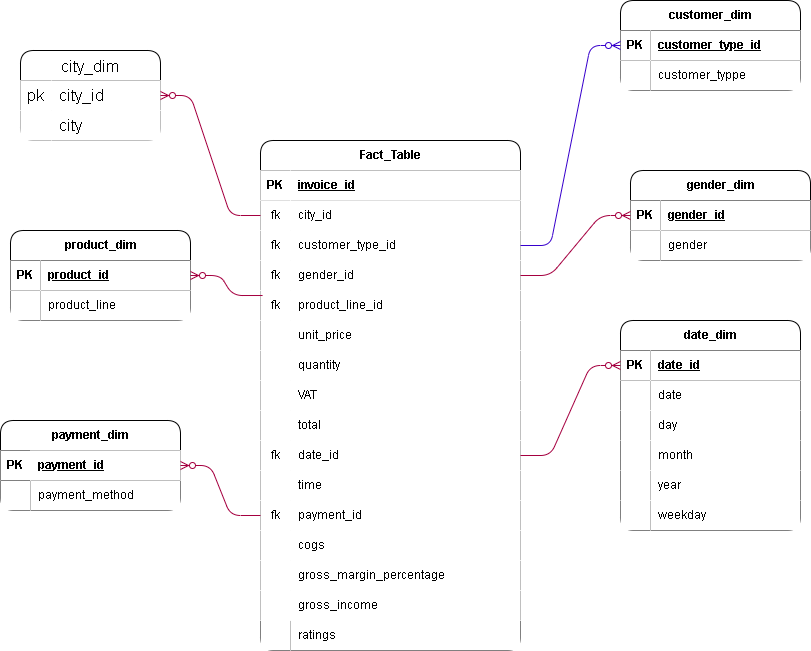
Above: WalmartModel.drawio.png in kayikalvin/Walmart-DataAnalysis (draw.io), before the change. Source tidied: cells renumbered, new cells last; positions are measured from the earlier drawing's top-left corner, leaving out a move shared by most shapes.
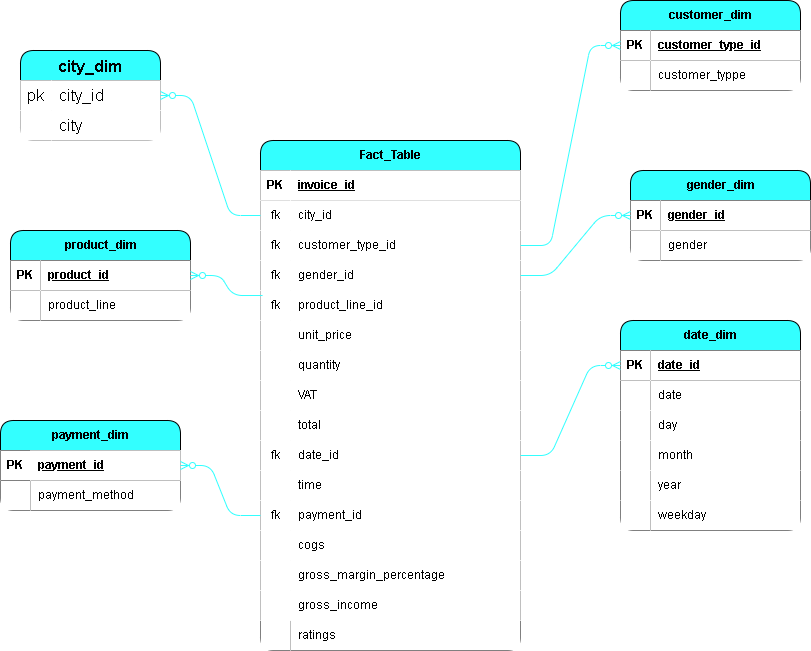
The same diagram one commit later.

What changed in the source:
```diff
@@ -2,7 +2,7 @@
   <root>
     <mxCell id="0" />
     <mxCell id="1" parent="0" />
-    <mxCell id="2" value="Fact_Table" style="shape=table;startSize=30;rowLines=0;fontStyle=1;align=center;html=1;labelBackgroundColor=none;rounded=1;" parent="1" vertex="1">
+    <mxCell id="2" value="Fact_Table" style="shape=table;startSize=30;rowLines=0;fontStyle=1;align=center;html=1;labelBackgroundColor=none;rounded=1;fillColor=#33FFFF;" parent="1" vertex="1">
       <mxGeometry x="260" y="140" width="260" height="510" as="geometry" />
     </mxCell>
     <mxCell id="3" style="shape=tableRow;horizontal=0;startSize=0;swimlaneHead=0;swimlaneBody=0;top=0;left=0;right=0;bottom=1;shadow=0;labelBackgroundColor=none;rounded=1;" parent="2" vertex="1">
@@ -149,7 +149,7 @@
     <mxCell id="50" value="ratings" style="shape=partialRectangle;top=0;left=0;bottom=0;right=0;align=left;spacingLeft=6;overflow=hidden;whiteSpace=wrap;html=1;labelBackgroundColor=none;rounded=1;" parent="48" vertex="1">
       <mxGeometry x="30" width="230" height="30" as="geometry" />
     </mxCell>
-    <mxCell id="51" value="city_dim" style="shape=table;startSize=30;rowLines=0;fontStyle=0;fontSize=16;shadow=0;labelBackgroundColor=none;rounded=1;" parent="1" vertex="1">
+    <mxCell id="51" value="city_dim" style="shape=table;startSize=30;rowLines=0;fontStyle=1;fontSize=16;shadow=0;labelBackgroundColor=none;rounded=1;fillColor=#33FFFF;" parent="1" vertex="1">
       <mxGeometry x="20" y="50" width="140" height="90" as="geometry" />
     </mxCell>
     <mxCell id="52" style="shape=tableRow;horizontal=0;startSize=0;swimlaneHead=0;swimlaneBody=0;top=0;left=0;bottom=0;right=0;points=[[0,0.5],[1,0.5]];portConstraint=eastwest;fontSize=16;shadow=0;labelBackgroundColor=none;rounded=1;" parent="51" vertex="1">
@@ -170,10 +170,10 @@
     <mxCell id="57" value="city" style="shape=partialRectangle;html=1;whiteSpace=wrap;top=0;left=0;bottom=0;right=0;align=left;spacingLeft=6;overflow=hidden;fontSize=16;shadow=0;labelBackgroundColor=none;rounded=1;" parent="55" vertex="1">
       <mxGeometry x="31" width="109" height="30" as="geometry" />
     </mxCell>
-    <mxCell id="58" style="edgeStyle=entityRelationEdgeStyle;fontSize=12;html=1;endArrow=ERzeroToMany;endFill=1;rounded=1;shadow=0;labelBackgroundColor=none;fontColor=default;fillColor=#d80073;strokeColor=#A50040;" parent="1" edge="1" source="6" target="52">
+    <mxCell id="58" style="edgeStyle=entityRelationEdgeStyle;fontSize=12;html=1;endArrow=ERzeroToMany;endFill=1;rounded=1;shadow=0;labelBackgroundColor=none;fontColor=default;fillColor=#0050ef;strokeColor=#33FFFF;" parent="1" edge="1" source="6" target="52">
       <mxGeometry relative="1" as="geometry" />
     </mxCell>
-    <mxCell id="59" value="customer_dim" style="shape=table;startSize=30;rowLines=0;fontStyle=1;align=center;html=1;labelBackgroundColor=none;rounded=1;" parent="1" vertex="1">
+    <mxCell id="59" value="customer_dim" style="shape=table;startSize=30;rowLines=0;fontStyle=1;align=center;html=1;labelBackgroundColor=none;rounded=1;fillColor=#33FFFF;" parent="1" vertex="1">
       <mxGeometry x="620" width="180" height="90" as="geometry" />
     </mxCell>
     <mxCell id="60" style="shape=tableRow;horizontal=0;startSize=0;swimlaneHead=0;swimlaneBody=0;fillColor=none;points=[[0,0.5],[1,0.5]];portConstraint=eastwest;top=0;left=0;right=0;bottom=1;labelBackgroundColor=none;rounded=1;" parent="59" vertex="1">
@@ -194,10 +194,10 @@
     <mxCell id="65" value="customer_typpe" style="shape=partialRectangle;top=0;left=0;bottom=0;right=0;align=left;spacingLeft=6;overflow=hidden;whiteSpace=wrap;html=1;labelBackgroundColor=none;rounded=1;" parent="63" vertex="1">
       <mxGeometry x="30" width="150" height="30" as="geometry" />
     </mxCell>
-    <mxCell id="66" style="edgeStyle=entityRelationEdgeStyle;fontSize=12;html=1;endArrow=ERzeroToMany;endFill=1;rounded=1;shadow=0;labelBackgroundColor=none;fontColor=default;fillColor=#6a00ff;strokeColor=#3700CC;" parent="1" edge="1" source="9" target="60">
+    <mxCell id="66" style="edgeStyle=entityRelationEdgeStyle;fontSize=12;html=1;endArrow=ERzeroToMany;endFill=1;rounded=1;shadow=0;labelBackgroundColor=none;fontColor=default;fillColor=#6a00ff;strokeColor=#33FFFF;" parent="1" edge="1" source="9" target="60">
       <mxGeometry relative="1" as="geometry" />
     </mxCell>
-    <mxCell id="67" value="gender_dim" style="shape=table;startSize=30;rowLines=0;fontStyle=1;align=center;html=1;labelBackgroundColor=none;rounded=1;fillStyle=auto;" parent="1" vertex="1">
+    <mxCell id="67" value="gender_dim" style="shape=table;startSize=30;rowLines=0;fontStyle=1;align=center;html=1;labelBackgroundColor=none;rounded=1;fillStyle=auto;fillColor=#33FFFF;" parent="1" vertex="1">
       <mxGeometry x="630" y="170" width="180" height="90" as="geometry" />
     </mxCell>
     <mxCell id="68" style="shape=tableRow;horizontal=0;startSize=0;swimlaneHead=0;swimlaneBody=0;fillColor=none;points=[[0,0.5],[1,0.5]];portConstraint=eastwest;top=0;left=0;right=0;bottom=1;labelBackgroundColor=none;rounded=1;" parent="67" vertex="1">
@@ -218,10 +218,10 @@
     <mxCell id="73" value="gender" style="shape=partialRectangle;top=0;left=0;bottom=0;right=0;align=left;spacingLeft=6;overflow=hidden;whiteSpace=wrap;html=1;labelBackgroundColor=none;rounded=1;" parent="71" vertex="1">
       <mxGeometry x="30" width="150" height="30" as="geometry" />
     </mxCell>
-    <mxCell id="74" style="edgeStyle=entityRelationEdgeStyle;fontSize=12;html=1;endArrow=ERzeroToMany;endFill=1;rounded=1;shadow=0;labelBackgroundColor=none;fontColor=default;fillColor=#d80073;strokeColor=#A50040;" parent="1" edge="1" source="12" target="68">
+    <mxCell id="74" style="edgeStyle=entityRelationEdgeStyle;fontSize=12;html=1;endArrow=ERzeroToMany;endFill=1;rounded=1;shadow=0;labelBackgroundColor=none;fontColor=default;fillColor=#6a00ff;strokeColor=#33FFFF;" parent="1" edge="1" source="12" target="68">
       <mxGeometry relative="1" as="geometry" />
     </mxCell>
-    <mxCell id="75" value="&lt;font color=&quot;#000000&quot;&gt;product_dim&lt;/font&gt;" style="shape=table;startSize=30;rowLines=0;fontStyle=1;align=center;html=1;labelBackgroundColor=none;rounded=1;" parent="1" vertex="1">
+    <mxCell id="75" value="&lt;font color=&quot;#000000&quot;&gt;product_dim&lt;/font&gt;" style="shape=table;startSize=30;rowLines=0;fontStyle=1;align=center;html=1;labelBackgroundColor=none;rounded=1;fillColor=#33FFFF;" parent="1" vertex="1">
       <mxGeometry x="10" y="230" width="180" height="90" as="geometry" />
     </mxCell>
     <mxCell id="76" style="shape=tableRow;horizontal=0;startSize=0;swimlaneHead=0;swimlaneBody=0;fillColor=none;points=[[0,0.5],[1,0.5]];portConstraint=eastwest;top=0;left=0;right=0;bottom=1;labelBackgroundColor=none;rounded=1;" parent="75" vertex="1">
@@ -242,10 +242,10 @@
     <mxCell id="81" value="product_line" style="shape=partialRectangle;top=0;left=0;bottom=0;right=0;align=left;spacingLeft=6;overflow=hidden;whiteSpace=wrap;html=1;shadow=0;labelBackgroundColor=none;rounded=1;" parent="79" vertex="1">
       <mxGeometry x="30" width="150" height="30" as="geometry" />
     </mxCell>
-    <mxCell id="82" style="edgeStyle=entityRelationEdgeStyle;fontSize=12;html=1;endArrow=ERzeroToMany;endFill=1;rounded=1;exitX=0.008;exitY=0.167;exitDx=0;exitDy=0;exitPerimeter=0;shadow=0;labelBackgroundColor=none;fontColor=default;fillColor=#d80073;strokeColor=#A50040;" parent="1" edge="1" source="15" target="76">
+    <mxCell id="82" style="edgeStyle=entityRelationEdgeStyle;fontSize=12;html=1;endArrow=ERzeroToMany;endFill=1;rounded=1;exitX=0.008;exitY=0.167;exitDx=0;exitDy=0;exitPerimeter=0;shadow=0;labelBackgroundColor=none;fontColor=default;fillColor=#6a00ff;strokeColor=#33FFFF;" parent="1" edge="1" source="15" target="76">
       <mxGeometry relative="1" as="geometry" />
     </mxCell>
-    <mxCell id="83" value="date_dim" style="shape=table;startSize=30;rowLines=0;fontStyle=1;align=center;html=1;labelBackgroundColor=none;rounded=1;swimlaneFillColor=none;" parent="1" vertex="1">
+    <mxCell id="83" value="date_dim" style="shape=table;startSize=30;rowLines=0;fontStyle=1;align=center;html=1;labelBackgroundColor=none;rounded=1;swimlaneFillColor=none;fillColor=#33FFFF;" parent="1" vertex="1">
       <mxGeometry x="620" y="320" width="180" height="210" as="geometry" />
     </mxCell>
     <mxCell id="84" style="shape=tableRow;horizontal=0;startSize=0;swimlaneHead=0;swimlaneBody=0;fillColor=none;points=[[0,0.5],[1,0.5]];portConstraint=eastwest;top=0;left=0;right=0;bottom=1;labelBackgroundColor=none;rounded=1;" parent="83" vertex="1">
@@ -302,13 +302,13 @@
     <mxCell id="101" value="weekday" style="shape=partialRectangle;top=0;left=0;bottom=0;right=0;align=left;spacingLeft=6;overflow=hidden;whiteSpace=wrap;html=1;labelBackgroundColor=none;rounded=1;" parent="99" vertex="1">
       <mxGeometry x="30" width="150" height="30" as="geometry" />
     </mxCell>
-    <mxCell id="102" style="edgeStyle=entityRelationEdgeStyle;fontSize=12;html=1;endArrow=ERzeroToMany;endFill=1;rounded=1;entryX=0;entryY=0.5;entryDx=0;entryDy=0;shadow=0;labelBackgroundColor=none;fontColor=default;fillColor=#d80073;strokeColor=#A50040;" parent="1" edge="1" source="30" target="84">
+    <mxCell id="102" style="edgeStyle=entityRelationEdgeStyle;fontSize=12;html=1;endArrow=ERzeroToMany;endFill=1;rounded=1;entryX=0;entryY=0.5;entryDx=0;entryDy=0;shadow=0;labelBackgroundColor=none;fontColor=default;fillColor=#6a00ff;strokeColor=#33FFFF;" parent="1" edge="1" source="30" target="84">
       <mxGeometry relative="1" as="geometry" />
     </mxCell>
     <mxCell id="103" style="edgeLabel;html=1;align=center;verticalAlign=middle;labelBackgroundColor=none;" parent="102" vertex="1">
       <mxGeometry y="-2" relative="1" as="geometry" />
     </mxCell>
-    <mxCell id="104" value="payment_dim" style="shape=table;startSize=30;rowLines=0;fontStyle=1;align=center;html=1;labelBackgroundColor=none;rounded=1;" parent="1" vertex="1">
+    <mxCell id="104" value="payment_dim" style="shape=table;startSize=30;rowLines=0;fontStyle=1;align=center;html=1;labelBackgroundColor=none;rounded=1;fillColor=#33FFFF;" parent="1" vertex="1">
       <mxGeometry y="420" width="180" height="90" as="geometry" />
     </mxCell>
     <mxCell id="105" style="shape=tableRow;horizontal=0;startSize=0;swimlaneHead=0;swimlaneBody=0;points=[[0,0.5],[1,0.5]];portConstraint=eastwest;top=0;left=0;right=0;bottom=1;labelBackgroundColor=none;rounded=1;" parent="104" vertex="1">
@@ -329,7 +329,7 @@
     <mxCell id="110" value="payment_method" style="shape=partialRectangle;top=0;left=0;bottom=0;right=0;align=left;spacingLeft=6;overflow=hidden;whiteSpace=wrap;html=1;shadow=0;labelBackgroundColor=none;rounded=1;" parent="108" vertex="1">
       <mxGeometry x="30" width="150" height="30" as="geometry" />
     </mxCell>
-    <mxCell id="111" style="edgeStyle=entityRelationEdgeStyle;fontSize=12;html=1;endArrow=ERzeroToMany;endFill=1;rounded=1;shadow=0;labelBackgroundColor=none;fontColor=default;fillColor=#d80073;strokeColor=#A50040;" parent="1" edge="1" source="36" target="105">
+    <mxCell id="111" style="edgeStyle=entityRelationEdgeStyle;fontSize=12;html=1;endArrow=ERzeroToMany;endFill=1;rounded=1;shadow=0;labelBackgroundColor=none;fontColor=default;fillColor=#6a00ff;strokeColor=#33FFFF;" parent="1" edge="1" source="36" target="105">
       <mxGeometry relative="1" as="geometry" />
     </mxCell>
   </root>
```
